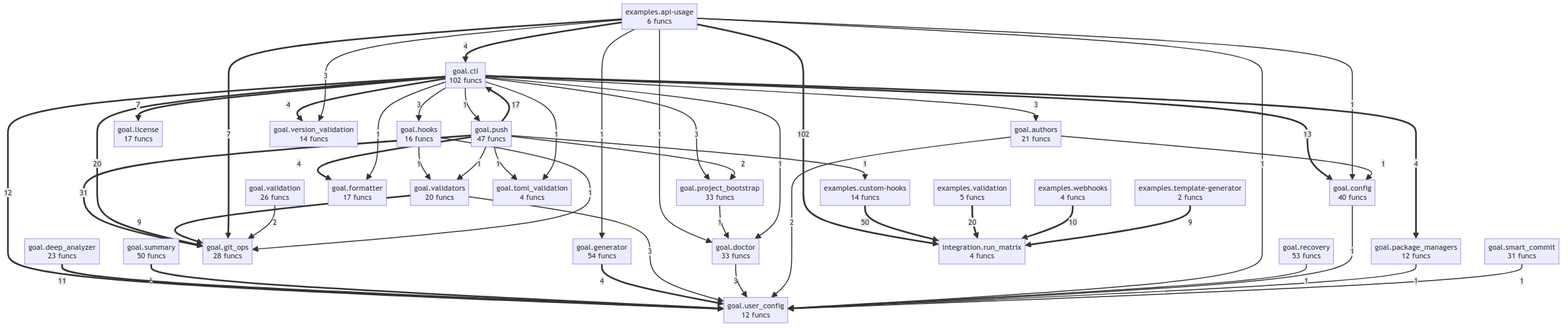
This is project/compact_flow.png from semcod/goal, a Mermaid export, as it was before one commit. Its source is kept beside it as project/compact_flow.mmd.
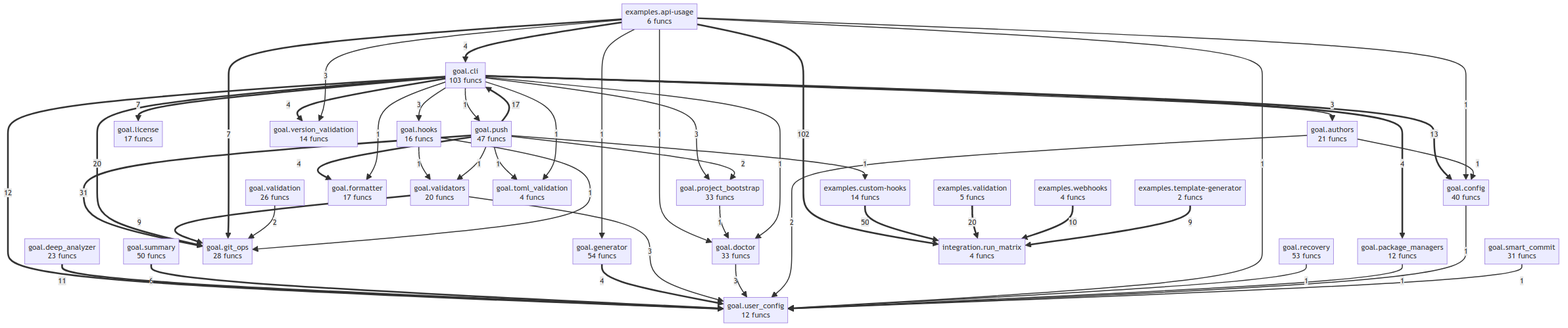
After the commit.

Diff of the diagram source:
```diff
@@ -5,7 +5,7 @@
     examples__validation["examples.validation<br/>5 funcs"]
     examples__webhooks["examples.webhooks<br/>4 funcs"]
     goal__authors["goal.authors<br/>21 funcs"]
-    goal__cli["goal.cli<br/>102 funcs"]
+    goal__cli["goal.cli<br/>103 funcs"]
     goal__config["goal.config<br/>40 funcs"]
     goal__deep_analyzer["goal.deep_analyzer<br/>23 funcs"]
     goal__doctor["goal.doctor<br/>33 funcs"]
@@ -70,7 +70,7 @@
     goal__cli -->|1| goal__formatter
     goal__cli -->|1| goal__toml_validation
     goal__cli -->|1| goal__push
+    goal__package_managers -->|1| goal__user_config
     goal__config -->|1| goal__user_config
-    goal__package_managers -->|1| goal__user_config
     goal__smart_commit -->|1| goal__user_config
     goal__authors -->|1| goal__config
```
